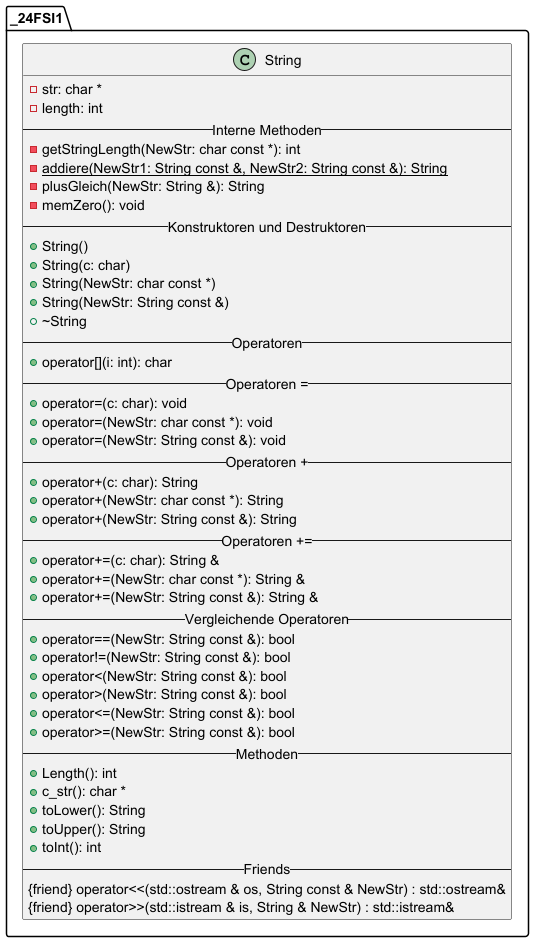
CarosCave/EigeneStrings keeps this PlantUML diagram as Pics/StringUML.png. Above is the earlier version.
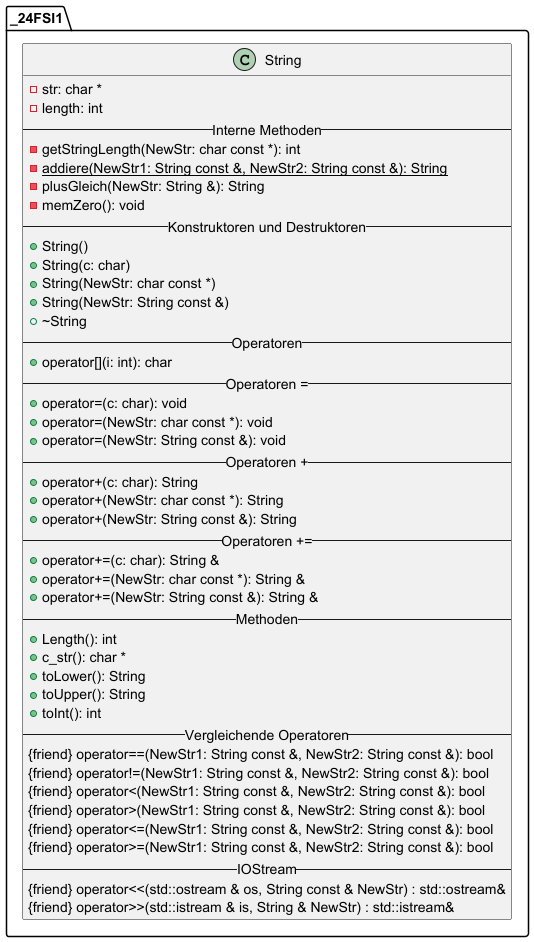
The same diagram one commit later.

The edit, as a diff of the source:
```diff
@@ -28,20 +28,20 @@
 +operator+=(c: char): String &
 +operator+=(NewStr: char const *): String &
 +operator+=(NewStr: String const &): String &
--- Vergleichende Operatoren --
-+operator==(NewStr: String const &): bool
-+operator!=(NewStr: String const &): bool
-+operator<(NewStr: String const &): bool
-+operator>(NewStr: String const &): bool
-+operator<=(NewStr: String const &): bool
-+operator>=(NewStr: String const &): bool
 -- Methoden --
 +Length(): int
 +c_str(): char *
 +toLower(): String
 +toUpper(): String
 +toInt(): int
--- Friends --
+-- Vergleichende Operatoren --
+{friend} operator==(NewStr1: String const &, NewStr2: String const &): bool
+{friend} operator!=(NewStr1: String const &, NewStr2: String const &): bool
+{friend} operator<(NewStr1: String const &, NewStr2: String const &): bool
+{friend} operator>(NewStr1: String const &, NewStr2: String const &): bool
+{friend} operator<=(NewStr1: String const &, NewStr2: String const &): bool
+{friend} operator>=(NewStr1: String const &, NewStr2: String const &): bool
+-- IOStream --
 {friend} operator<<(std::ostream & os, String const & NewStr) : std::ostream&
 {friend} operator>>(std::istream & is, String & NewStr) : std::istream&
 }
```
